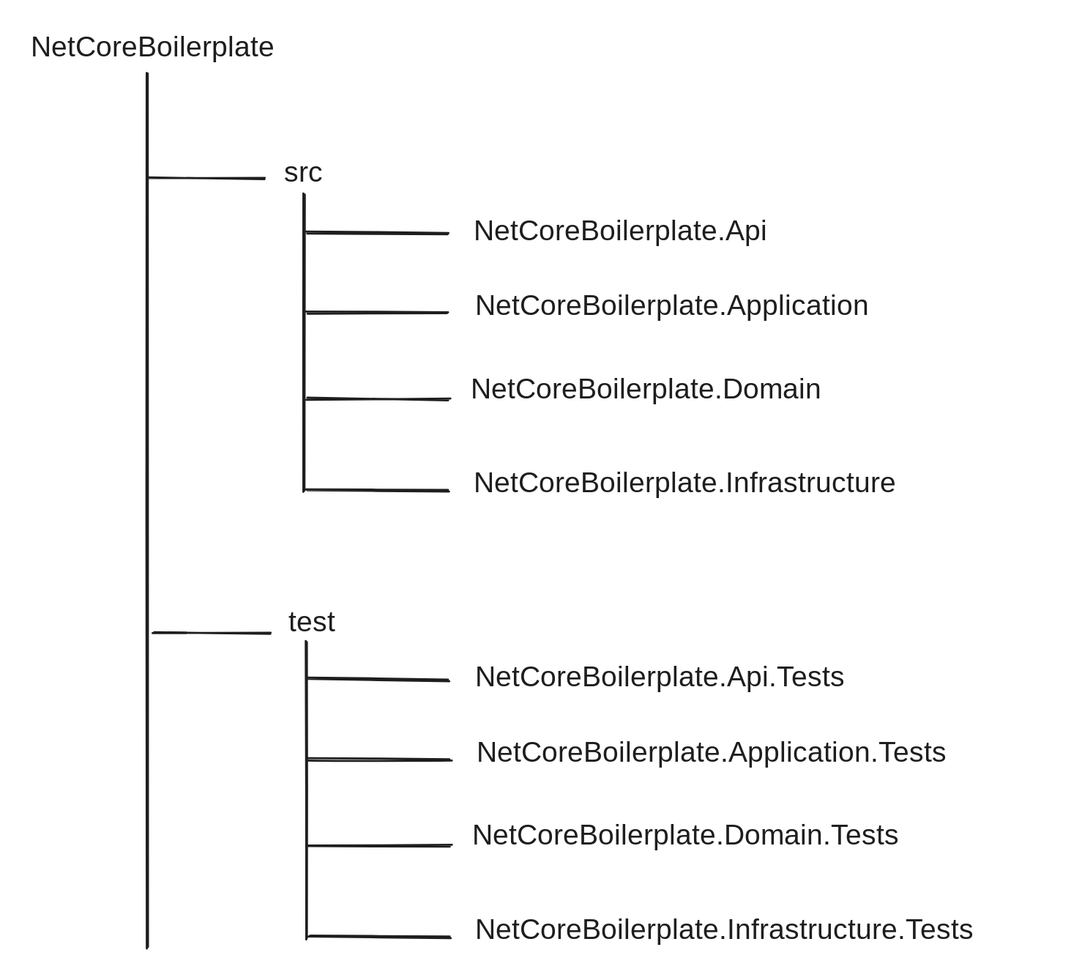
This is .gitbook/assets/file.excalidraw.svg from kaivnit/NetCoreBoilerplate, a Excalidraw export, as it was before one commit. Source tidied: one line per element, renumbered; positions are measured from the earlier drawing's top-left corner, leaving out a move shared by most shapes. The source it was exported from:
```json
{"id": 0, "type": "text", "text": "NetCoreBoilerplate", "strokeColor": "#1e1e1e", "strokeWidth": 2, "roughness": 1, "fontSize": 28, "fontFamily": 1, "x": 0, "y": 0, "width": 258, "height": 35}
{"id": 1, "type": "line", "strokeColor": "#1e1e1e", "strokeWidth": 2, "roughness": 1, "round": true, "x": 113, "y": 41, "width": 1, "height": 853, "points": [[0, 0], [1, 853]]}
{"id": 2, "type": "line", "strokeColor": "#1e1e1e", "strokeWidth": 2, "roughness": 1, "round": true, "x": 114, "y": 143, "width": 113, "height": 1, "points": [[0, 0], [113, 1]]}
{"id": 3, "type": "text", "text": "src", "strokeColor": "#1e1e1e", "strokeWidth": 2, "roughness": 1, "fontSize": 28, "fontFamily": 1, "x": 247, "y": 122, "width": 41, "height": 35}
{"id": 4, "type": "line", "strokeColor": "#1e1e1e", "strokeWidth": 2, "roughness": 1, "round": true, "x": 267, "y": 160, "width": 0, "height": 289, "points": [[0, 0], [0, 289]]}
{"id": 5, "type": "line", "strokeColor": "#1e1e1e", "strokeWidth": 2, "roughness": 1, "round": true, "x": 268, "y": 197, "width": 139, "height": 1, "points": [[0, 0], [139, 1]]}
{"id": 6, "type": "text", "text": "NetCoreBoilerplate.Api", "strokeColor": "#1e1e1e", "strokeWidth": 2, "roughness": 1, "fontSize": 28, "fontFamily": 1, "x": 432, "y": 179, "width": 304, "height": 35}
{"id": 7, "type": "line", "strokeColor": "#1e1e1e", "strokeWidth": 2, "roughness": 1, "round": true, "x": 269, "y": 275, "width": 139, "height": 1, "points": [[0, 0], [139, 1]]}
{"id": 8, "type": "text", "text": "NetCoreBoilerplate.Application", "strokeColor": "#1e1e1e", "strokeWidth": 2, "roughness": 1, "fontSize": 28, "fontFamily": 1, "x": 433, "y": 252, "width": 408, "height": 35}
{"id": 9, "type": "line", "strokeColor": "#1e1e1e", "strokeWidth": 2, "roughness": 1, "round": true, "x": 269, "y": 359, "width": 139, "height": 1, "points": [[0, 0], [139, 1]]}
{"id": 10, "type": "text", "text": "NetCoreBoilerplate.Domain", "strokeColor": "#1e1e1e", "strokeWidth": 2, "roughness": 1, "fontSize": 28, "fontFamily": 1, "x": 429, "y": 334, "width": 358, "height": 35}
{"id": 11, "type": "line", "strokeColor": "#1e1e1e", "strokeWidth": 2, "roughness": 1, "round": true, "x": 269, "y": 448, "width": 139, "height": 1, "points": [[0, 0], [139, 1]]}
{"id": 12, "type": "text", "text": "NetCoreBoilerplate.Infrastructure", "strokeColor": "#1e1e1e", "strokeWidth": 2, "roughness": 1, "fontSize": 28, "fontFamily": 1, "x": 432, "y": 426, "width": 470, "height": 35}
{"id": 13, "type": "line", "strokeColor": "#1e1e1e", "strokeWidth": 2, "roughness": 1, "round": true, "x": 120, "y": 587, "width": 113, "height": 1, "points": [[0, 0], [113, 1]]}
{"id": 14, "type": "text", "text": "test", "strokeColor": "#1e1e1e", "strokeWidth": 2, "roughness": 1, "fontSize": 28, "fontFamily": 1, "x": 252, "y": 561, "width": 62, "height": 35}
{"id": 15, "type": "line", "strokeColor": "#1e1e1e", "strokeWidth": 2, "roughness": 1, "round": true, "x": 268, "y": 597, "width": 0, "height": 289, "points": [[0, 0], [0, 289]]}
{"id": 16, "type": "line", "strokeColor": "#1e1e1e", "strokeWidth": 2, "roughness": 1, "round": true, "x": 270, "y": 633, "width": 139, "height": 1, "points": [[0, 0], [139, 1]]}
{"id": 17, "type": "text", "text": "NetCoreBoilerplate.Api.Tests", "strokeColor": "#1e1e1e", "strokeWidth": 2, "roughness": 1, "fontSize": 28, "fontFamily": 1, "x": 434, "y": 615, "width": 395, "height": 35}
{"id": 18, "type": "line", "strokeColor": "#1e1e1e", "strokeWidth": 2, "roughness": 1, "round": true, "x": 270, "y": 710, "width": 139, "height": 1, "points": [[0, 0], [139, 1]]}
{"id": 19, "type": "text", "text": "NetCoreBoilerplate.Application.Tests", "strokeColor": "#1e1e1e", "strokeWidth": 2, "roughness": 1, "fontSize": 28, "fontFamily": 1, "x": 435, "y": 688, "width": 500, "height": 35}
{"id": 20, "type": "line", "strokeColor": "#1e1e1e", "strokeWidth": 2, "roughness": 1, "round": true, "x": 271, "y": 794, "width": 139, "height": 1, "points": [[0, 0], [139, 1]]}
{"id": 21, "type": "text", "text": "NetCoreBoilerplate.Domain.Tests", "strokeColor": "#1e1e1e", "strokeWidth": 2, "roughness": 1, "fontSize": 28, "fontFamily": 1, "x": 431, "y": 769, "width": 450, "height": 35}
{"id": 22, "type": "line", "strokeColor": "#1e1e1e", "strokeWidth": 2, "roughness": 1, "round": true, "x": 271, "y": 883, "width": 139, "height": 1, "points": [[0, 0], [139, 1]]}
{"id": 23, "type": "text", "text": "NetCoreBoilerplate.Infrastructure.Tests", "strokeColor": "#1e1e1e", "strokeWidth": 2, "roughness": 1, "fontSize": 28, "fontFamily": 1, "x": 433, "y": 861, "width": 562, "height": 35}
```
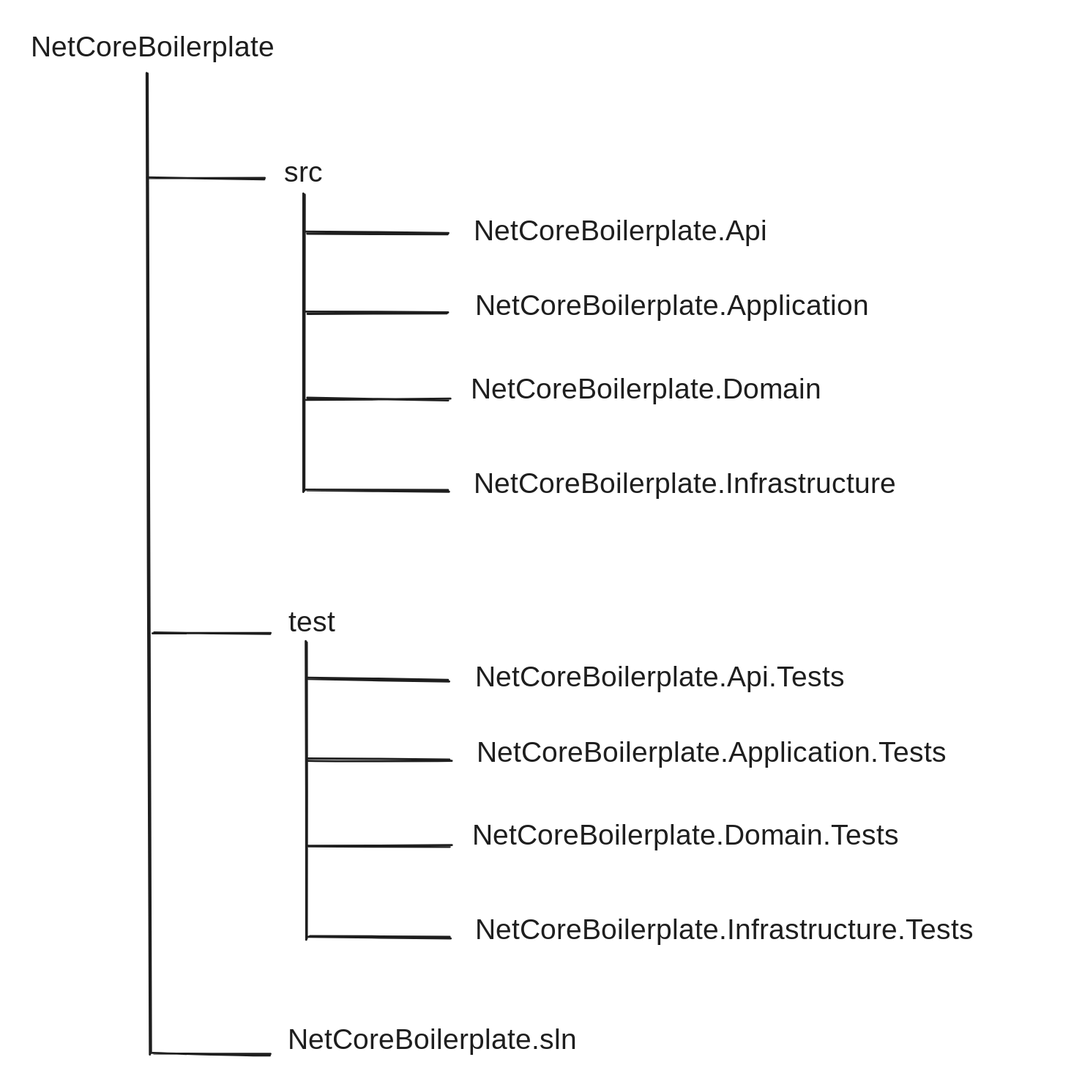
After the change.

Commit message:
GITBOOK-3: chore: Remove explain

Diff of the diagram source:
```diff
@@ -1,5 +1,5 @@
 {"id": 0, "type": "text", "text": "NetCoreBoilerplate", "strokeColor": "#1e1e1e", "strokeWidth": 2, "roughness": 1, "fontSize": 28, "fontFamily": 1, "x": 0, "y": 0, "width": 258, "height": 35}
-{"id": 1, "type": "line", "strokeColor": "#1e1e1e", "strokeWidth": 2, "roughness": 1, "round": true, "x": 113, "y": 41, "width": 1, "height": 853, "points": [[0, 0], [1, 853]]}
+{"id": 1, "type": "line", "strokeColor": "#1e1e1e", "strokeWidth": 2, "roughness": 1, "round": true, "x": 113, "y": 41, "width": 4, "height": 956, "points": [[0, 0], [4, 956]]}
 {"id": 2, "type": "line", "strokeColor": "#1e1e1e", "strokeWidth": 2, "roughness": 1, "round": true, "x": 114, "y": 143, "width": 113, "height": 1, "points": [[0, 0], [113, 1]]}
 {"id": 3, "type": "text", "text": "src", "strokeColor": "#1e1e1e", "strokeWidth": 2, "roughness": 1, "fontSize": 28, "fontFamily": 1, "x": 247, "y": 122, "width": 41, "height": 35}
 {"id": 4, "type": "line", "strokeColor": "#1e1e1e", "strokeWidth": 2, "roughness": 1, "round": true, "x": 267, "y": 160, "width": 0, "height": 289, "points": [[0, 0], [0, 289]]}
@@ -22,3 +22,5 @@
 {"id": 21, "type": "text", "text": "NetCoreBoilerplate.Domain.Tests", "strokeColor": "#1e1e1e", "strokeWidth": 2, "roughness": 1, "fontSize": 28, "fontFamily": 1, "x": 431, "y": 769, "width": 450, "height": 35}
 {"id": 22, "type": "line", "strokeColor": "#1e1e1e", "strokeWidth": 2, "roughness": 1, "round": true, "x": 271, "y": 883, "width": 139, "height": 1, "points": [[0, 0], [139, 1]]}
 {"id": 23, "type": "text", "text": "NetCoreBoilerplate.Infrastructure.Tests", "strokeColor": "#1e1e1e", "strokeWidth": 2, "roughness": 1, "fontSize": 28, "fontFamily": 1, "x": 433, "y": 861, "width": 562, "height": 35}
+{"id": 24, "type": "text", "text": "NetCoreBoilerplate.sln", "strokeColor": "#1e1e1e", "strokeWidth": 2, "roughness": 1, "fontSize": 28, "fontFamily": 1, "x": 250, "y": 968, "width": 301, "height": 35}
+{"id": 25, "type": "line", "strokeColor": "#1e1e1e", "strokeWidth": 2, "roughness": 1, "round": true, "x": 120, "y": 997, "width": 113, "height": 1, "points": [[0, 0], [113, 1]]}
```
